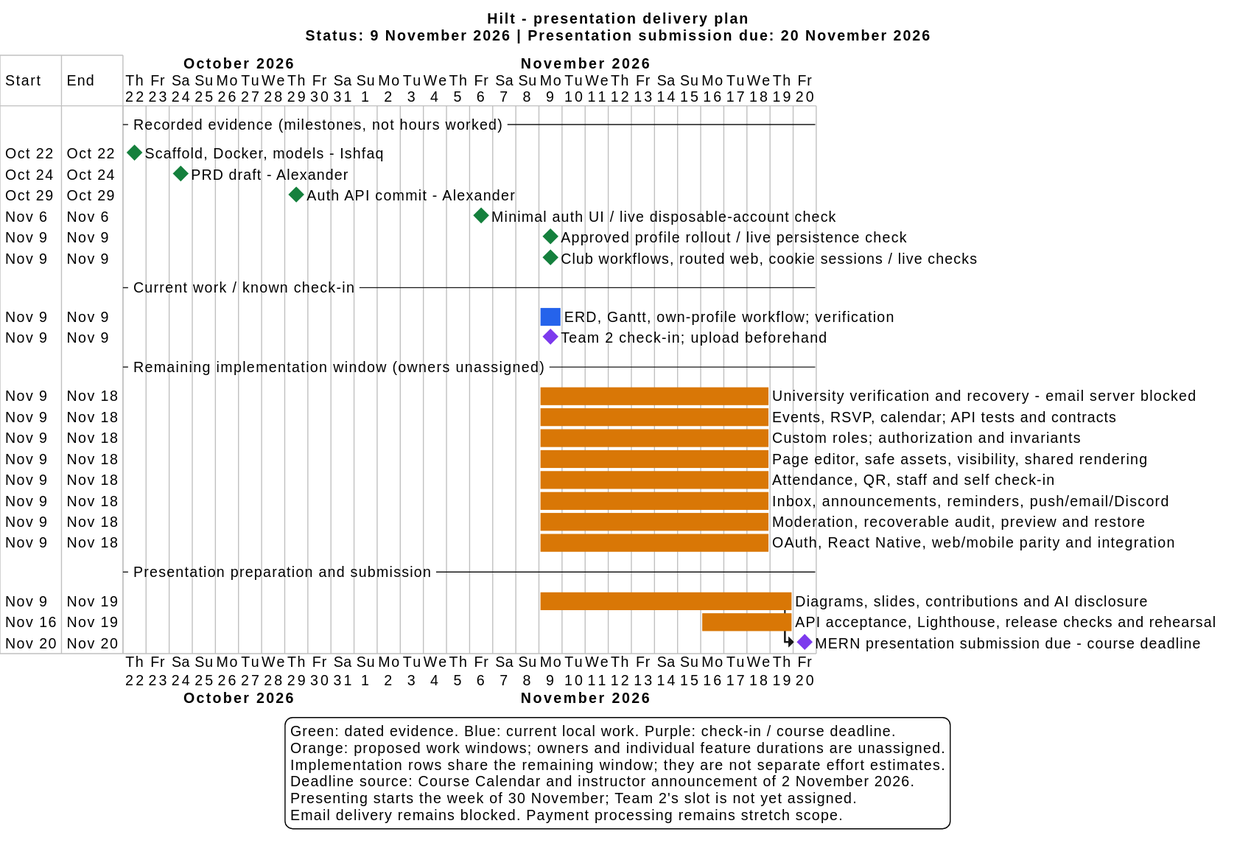
Before: docs/check-in/gantt.svg, a diagram exported from PlantUML (Ishfaq-code/hilt).
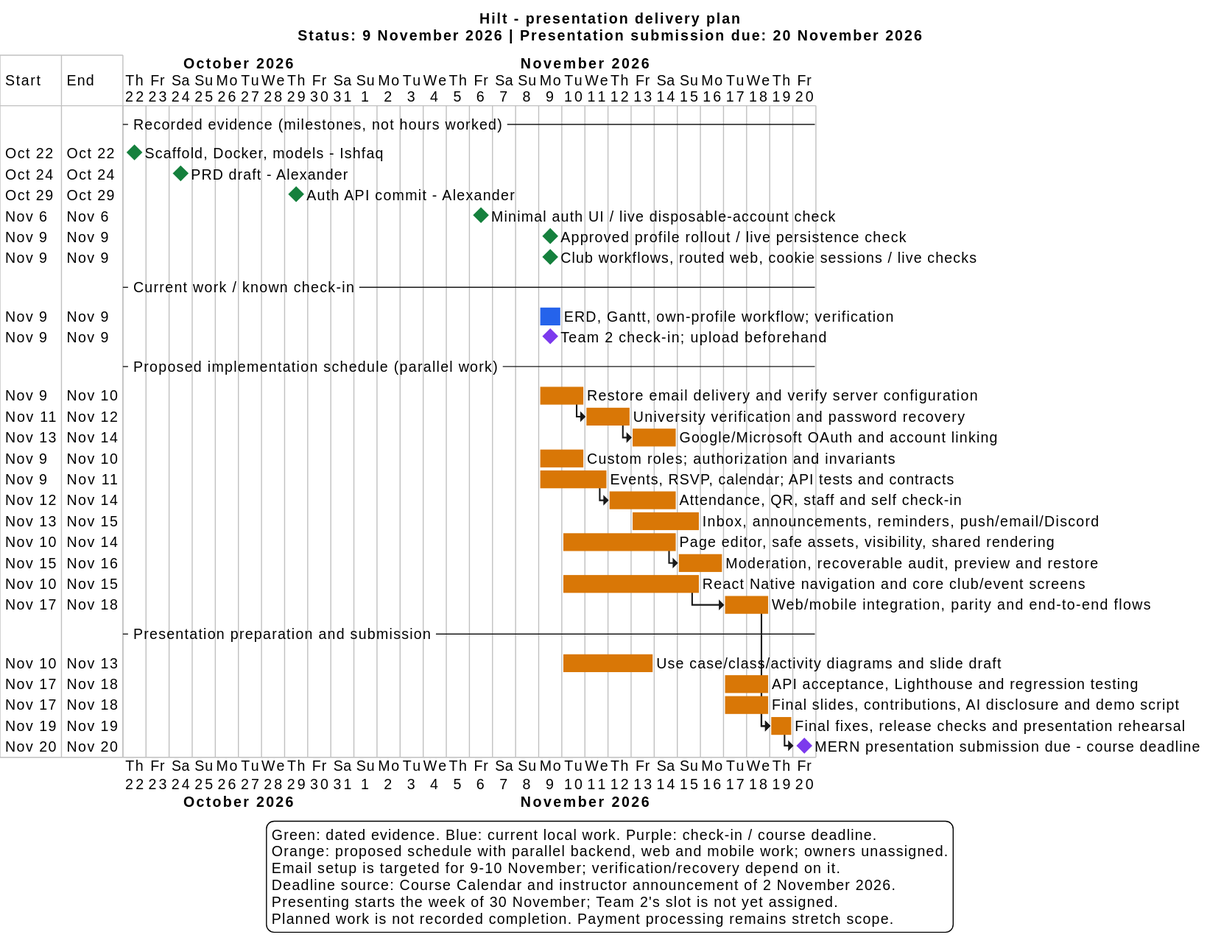
The same diagram one commit later.

Commit message:
docs: stagger delivery tasks before the presentation deadline

Change to the diagram source:
```diff
@@ -27,16 +27,21 @@
 [Team 2 check-in; upload beforehand] as [checkin] happens 2026-11-09
 [checkin] is colored in #7C3AED
 
--- Remaining implementation window (owners unassigned) --
-[University verification and recovery - email server blocked] as [accounts] starts 2026-11-09 and ends 2026-11-18
-[Events, RSVP, calendar; API tests and contracts] as [events] starts 2026-11-09 and ends 2026-11-18
-[Custom roles; authorization and invariants] as [roles] starts 2026-11-09 and ends 2026-11-18
-[Page editor, safe assets, visibility, shared rendering] as [pages] starts 2026-11-09 and ends 2026-11-18
-[Attendance, QR, staff and self check-in] as [attendance] starts 2026-11-09 and ends 2026-11-18
-[Inbox, announcements, reminders, push/email/Discord] as [comms] starts 2026-11-09 and ends 2026-11-18
-[Moderation, recoverable audit, preview and restore] as [recovery] starts 2026-11-09 and ends 2026-11-18
-[OAuth, React Native, web/mobile parity and integration] as [mobile] starts 2026-11-09 and ends 2026-11-18
+-- Proposed implementation schedule (parallel work) --
+[Restore email delivery and verify server configuration] as [email] starts 2026-11-09 and ends 2026-11-10
+[University verification and password recovery] as [accounts] starts 2026-11-11 and ends 2026-11-12
+[Google/Microsoft OAuth and account linking] as [oauth] starts 2026-11-13 and ends 2026-11-14
+[Custom roles; authorization and invariants] as [roles] starts 2026-11-09 and ends 2026-11-10
+[Events, RSVP, calendar; API tests and contracts] as [events] starts 2026-11-09 and ends 2026-11-11
+[Attendance, QR, staff and self check-in] as [attendance] starts 2026-11-12 and ends 2026-11-14
+[Inbox, announcements, reminders, push/email/Discord] as [comms] starts 2026-11-13 and ends 2026-11-15
+[Page editor, safe assets, visibility, shared rendering] as [pages] starts 2026-11-10 and ends 2026-11-14
+[Moderation, recoverable audit, preview and restore] as [recovery] starts 2026-11-15 and ends 2026-11-16
+[React Native navigation and core club/event screens] as [mobile] starts 2026-11-10 and ends 2026-11-15
+[Web/mobile integration, parity and end-to-end flows] as [integration] starts 2026-11-17 and ends 2026-11-18
+[email] is colored in #D97706
 [accounts] is colored in #D97706
+[oauth] is colored in #D97706
 [events] is colored in #D97706
 [roles] is colored in #D97706
 [pages] is colored in #D97706
@@ -44,23 +49,35 @@
 [comms] is colored in #D97706
 [recovery] is colored in #D97706
 [mobile] is colored in #D97706
+[integration] is colored in #D97706
+[email] -> [accounts]
+[accounts] -> [oauth]
+[events] -> [attendance]
+[pages] -> [recovery]
+[mobile] -> [integration]
 
 -- Presentation preparation and submission --
-[Diagrams, slides, contributions and AI disclosure] as [slides] starts 2026-11-09 and ends 2026-11-19
-[API acceptance, Lighthouse, release checks and rehearsal] as [accept] starts 2026-11-16 and ends 2026-11-19
+[Use case/class/activity diagrams and slide draft] as [draft] starts 2026-11-10 and ends 2026-11-13
+[API acceptance, Lighthouse and regression testing] as [accept] starts 2026-11-17 and ends 2026-11-18
+[Final slides, contributions, AI disclosure and demo script] as [slides] starts 2026-11-17 and ends 2026-11-18
+[Final fixes, release checks and presentation rehearsal] as [rehearsal] starts 2026-11-19 and ends 2026-11-19
 [MERN presentation submission due - course deadline] as [deadline] happens 2026-11-20
+[draft] is colored in #D97706
 [slides] is colored in #D97706
 [accept] is colored in #D97706
+[rehearsal] is colored in #D97706
 [deadline] is colored in #7C3AED
-[slides] -> [deadline]
-[accept] -> [deadline]
+[integration] -> [rehearsal]
+[accept] -> [rehearsal]
+[slides] -> [rehearsal]
+[rehearsal] -> [deadline]
 
 legend bottom
   Green: dated evidence. Blue: current local work. Purple: check-in / course deadline.
-  Orange: proposed work windows; owners and individual feature durations are unassigned.
-  Implementation rows share the remaining window; they are not separate effort estimates.
+  Orange: proposed schedule with parallel backend, web and mobile work; owners unassigned.
+  Email setup is targeted for 9-10 November; verification/recovery depend on it.
   Deadline source: Course Calendar and instructor announcement of 2 November 2026.
   Presenting starts the week of 30 November; Team 2's slot is not yet assigned.
-  Email delivery remains blocked. Payment processing remains stretch scope.
+  Planned work is not recorded completion. Payment processing remains stretch scope.
 endlegend
 @endgantt
```
